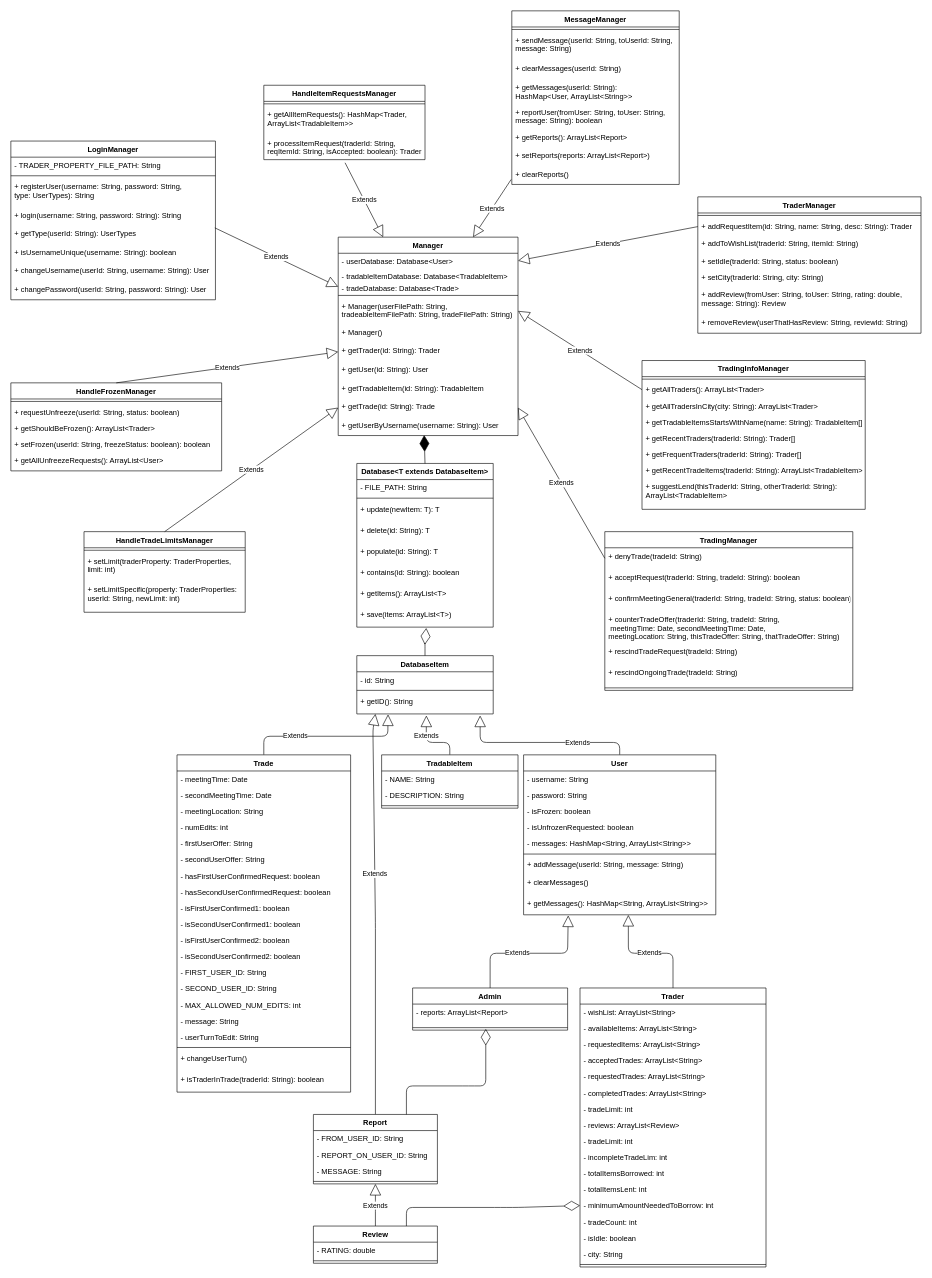
andrewqian2001/phase2 keeps this draw.io diagram as phase2/uml.drawio. Above is the earlier version. Source tidied: cells renumbered, new cells numbered last; positions are measured from the earlier drawing's top-left corner, leaving out a move shared by most shapes. Both pictures are drawn from the tidied source at 62%, with x=0, y=0 at pixel (11, 11).
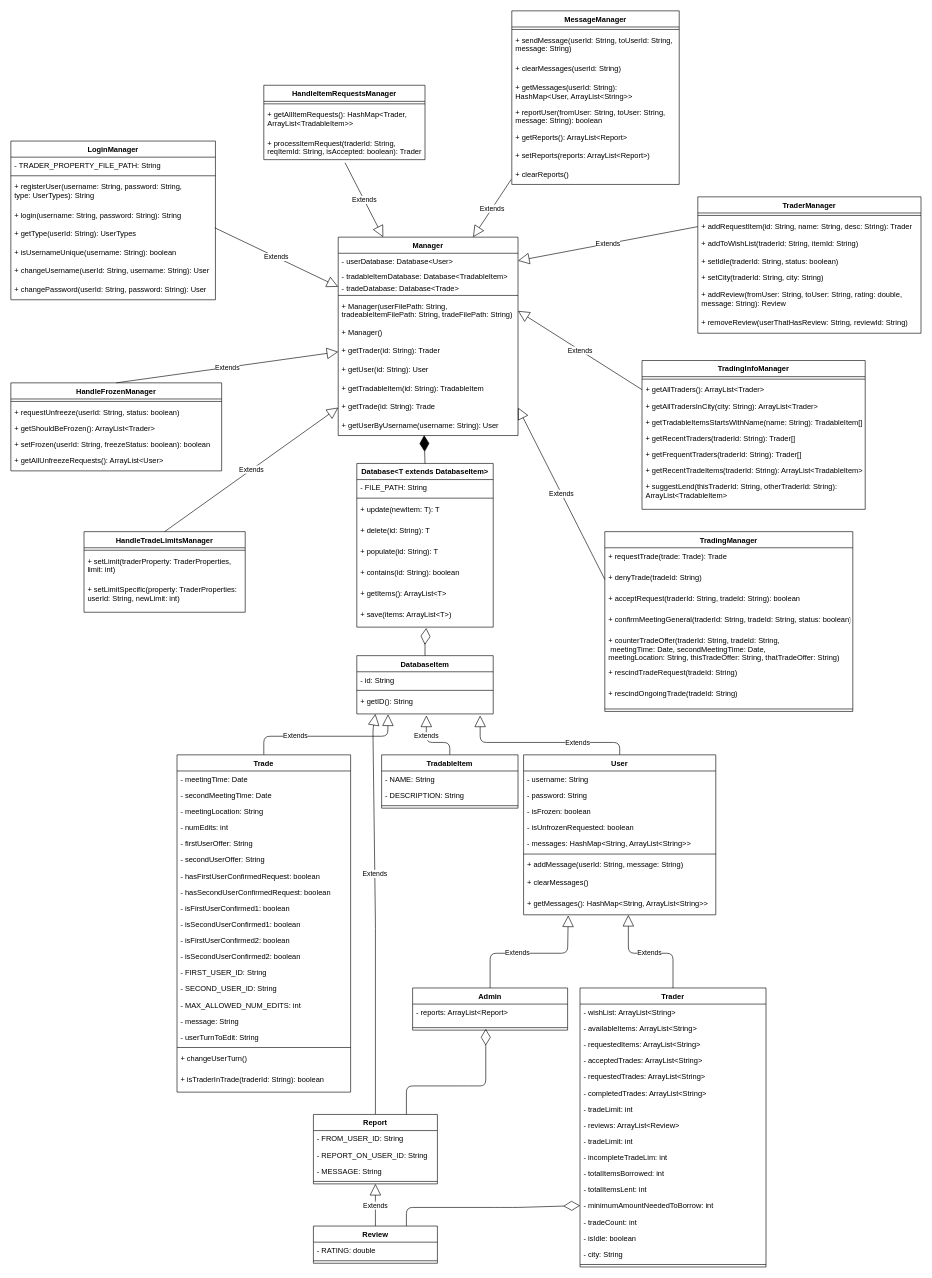
The same diagram, later.

Change to the diagram source:
```diff
@@
     <mxCell id="83" value="TradingManager" style="swimlane;fontStyle=1;align=center;verticalAlign=top;horizontal=1;startSize=26;" parent="1" vertex="1">
-      <mxGeometry x="958" y="840" width="400" height="256" as="geometry" />
+      <mxGeometry x="958" y="840" width="400" height="290" as="geometry" />
     </mxCell>
+    <mxCell id="167" value="+ requestTrade(trade: Trade): Trade" style="text;strokeColor=none;fillColor=none;align=left;verticalAlign=top;spacingLeft=4;spacingRight=4;overflow=hidden;" parent="83" vertex="1">
+      <mxGeometry y="26" width="400" height="34" as="geometry" />
+    </mxCell>
     <mxCell id="84" value="+ denyTrade(tradeId: String)" style="text;strokeColor=none;fillColor=none;align=left;verticalAlign=top;spacingLeft=4;spacingRight=4;overflow=hidden;points=[[0,0.5],[1,0.5]];portConstraint=eastwest;" parent="83" vertex="1">
-      <mxGeometry y="26" width="400" height="34" as="geometry" />
+      <mxGeometry y="60" width="400" height="34" as="geometry" />
     </mxCell>
     <mxCell id="85" value="+ acceptRequest(traderId: String, tradeId: String): boolean" style="text;strokeColor=none;fillColor=none;align=left;verticalAlign=top;spacingLeft=4;spacingRight=4;overflow=hidden;" parent="83" vertex="1">
-      <mxGeometry y="60" width="400" height="34" as="geometry" />
+      <mxGeometry y="94" width="400" height="34" as="geometry" />
     </mxCell>
     <mxCell id="86" value="+ confirmMeetingGeneral(traderId: String, tradeId: String, status: boolean)" style="text;strokeColor=none;fillColor=none;align=left;verticalAlign=top;spacingLeft=4;spacingRight=4;overflow=hidden;" parent="83" vertex="1">
-      <mxGeometry y="94" width="400" height="34" as="geometry" />
+      <mxGeometry y="128" width="400" height="34" as="geometry" />
     </mxCell>
     <mxCell id="87" value="+ counterTradeOffer(traderId: String, tradeId: String,&#10; meetingTime: Date, secondMeetingTime: Date, &#10;meetingLocation: String, thisTradeOffer: String, thatTradeOffer: String)" style="text;strokeColor=none;fillColor=none;align=left;verticalAlign=top;spacingLeft=4;spacingRight=4;overflow=hidden;" parent="83" vertex="1">
-      <mxGeometry y="128" width="400" height="52" as="geometry" />
+      <mxGeometry y="162" width="400" height="52" as="geometry" />
     </mxCell>
     <mxCell id="88" value="+ rescindTradeRequest(tradeId: String)" style="text;strokeColor=none;fillColor=none;align=left;verticalAlign=top;spacingLeft=4;spacingRight=4;overflow=hidden;" parent="83" vertex="1">
-      <mxGeometry y="180" width="400" height="34" as="geometry" />
+      <mxGeometry y="214" width="400" height="34" as="geometry" />
     </mxCell>
     <mxCell id="89" value="+ rescindOngoingTrade(tradeId: String)" style="text;strokeColor=none;fillColor=none;align=left;verticalAlign=top;spacingLeft=4;spacingRight=4;overflow=hidden;" parent="83" vertex="1">
-      <mxGeometry y="214" width="400" height="34" as="geometry" />
+      <mxGeometry y="248" width="400" height="34" as="geometry" />
     </mxCell>
     <mxCell id="90" style="line;strokeWidth=1;fillColor=none;align=left;verticalAlign=middle;spacingTop=-1;spacingLeft=3;spacingRight=3;labelPosition=right;" parent="83" vertex="1">
-      <mxGeometry y="248" width="400" height="8" as="geometry" />
+      <mxGeometry y="282" width="400" height="8" as="geometry" />
     </mxCell>
```
